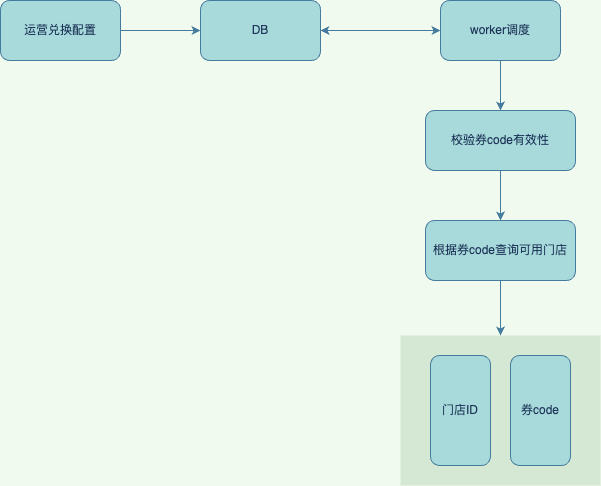
Above: 优惠券兑换缓存存储.png in 845642761/diagram (draw.io), before the change. Source tidied: cells renumbered, new cells last; positions are measured from the earlier drawing's top-left corner, leaving out a move shared by most shapes.
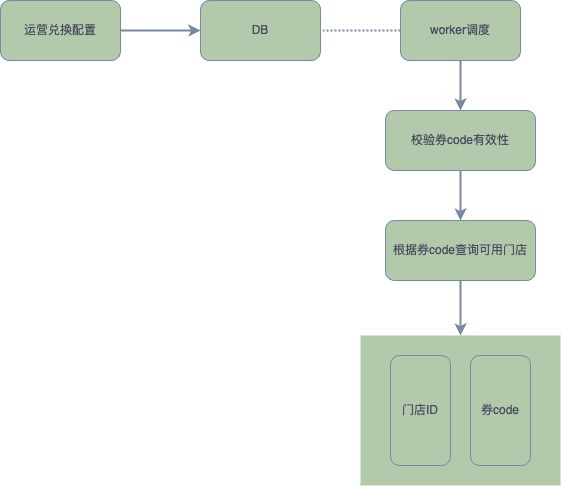
The same file after the commit.

Commit message:
更新优惠券兑换缓存存储.png

What changed in the source:
```diff
@@ -1,47 +1,47 @@
-<mxGraphModel background="#F1FAEE">
+<mxGraphModel>
   <root>
     <mxCell id="0" />
     <mxCell id="1" parent="0" />
-    <mxCell id="2" style="edgeStyle=orthogonalEdgeStyle;rounded=0;jettySize=auto;html=1;strokeColor=#457B9D;fontColor=#1D3557;fillColor=#A8DADC;" parent="1" edge="1" source="3" target="4">
+    <mxCell id="2" style="edgeStyle=orthogonalEdgeStyle;rounded=0;jettySize=auto;html=1;strokeColor=#788AA3;fontColor=#46495D;fillColor=#B2C9AB;strokeWidth=2;" parent="1" edge="1" source="3" target="4">
       <mxGeometry relative="1" as="geometry" />
     </mxCell>
-    <mxCell id="3" value="运营兑换配置" style="rounded=1;whiteSpace=wrap;html=1;strokeColor=#457B9D;fontColor=#1D3557;fillColor=#A8DADC;" parent="1" vertex="1">
-      <mxGeometry width="120" height="60" as="geometry" />
+    <mxCell id="3" value="运营兑换配置" style="rounded=1;whiteSpace=wrap;html=1;strokeColor=#788AA3;fontColor=#46495D;fillColor=#B2C9AB;" parent="1" vertex="1">
+      <mxGeometry x="40" width="120" height="60" as="geometry" />
     </mxCell>
-    <mxCell id="4" value="DB" style="whiteSpace=wrap;html=1;fillColor=#A8DADC;strokeColor=#457B9D;fontColor=#1D3557;rounded=1;" parent="1" vertex="1">
-      <mxGeometry x="200" width="120" height="60" as="geometry" />
+    <mxCell id="4" value="DB" style="whiteSpace=wrap;html=1;fillColor=#B2C9AB;strokeColor=#788AA3;fontColor=#46495D;rounded=1;" parent="1" vertex="1">
+      <mxGeometry x="240" width="120" height="60" as="geometry" />
     </mxCell>
-    <mxCell id="5" style="edgeStyle=orthogonalEdgeStyle;rounded=0;jettySize=auto;html=1;strokeColor=#457B9D;fontColor=#1D3557;fillColor=#A8DADC;" parent="1" edge="1" source="7" target="9">
+    <mxCell id="5" style="edgeStyle=orthogonalEdgeStyle;rounded=0;jettySize=auto;html=1;strokeColor=#788AA3;fontColor=#46495D;fillColor=#B2C9AB;strokeWidth=2;" parent="1" edge="1" source="7" target="9">
       <mxGeometry relative="1" as="geometry" />
     </mxCell>
-    <mxCell id="6" style="edgeStyle=orthogonalEdgeStyle;rounded=0;jettySize=auto;html=1;exitX=0;exitY=0.5;exitDx=0;exitDy=0;strokeColor=#457B9D;fontColor=#1D3557;fillColor=#A8DADC;startArrow=classic;startFill=1;" parent="1" edge="1" source="7" target="4">
+    <mxCell id="6" style="edgeStyle=orthogonalEdgeStyle;rounded=0;jettySize=auto;html=1;exitX=0;exitY=0.5;exitDx=0;exitDy=0;strokeColor=#788AA3;fontColor=#46495D;fillColor=#B2C9AB;startArrow=none;startFill=0;dashed=1;dashPattern=1 1;endArrow=none;endFill=0;strokeWidth=2;" parent="1" edge="1" source="7" target="4">
       <mxGeometry relative="1" as="geometry" />
     </mxCell>
-    <mxCell id="7" value="worker调度" style="rounded=1;whiteSpace=wrap;html=1;strokeColor=#457B9D;fontColor=#1D3557;fillColor=#A8DADC;" parent="1" vertex="1">
+    <mxCell id="7" value="worker调度" style="rounded=1;whiteSpace=wrap;html=1;strokeColor=#788AA3;fontColor=#46495D;fillColor=#B2C9AB;" parent="1" vertex="1">
       <mxGeometry x="440" width="120" height="60" as="geometry" />
     </mxCell>
-    <mxCell id="8" style="edgeStyle=orthogonalEdgeStyle;rounded=0;jettySize=auto;html=1;entryX=0.5;entryY=0;entryDx=0;entryDy=0;strokeColor=#457B9D;fontColor=#1D3557;startArrow=none;startFill=0;fillColor=#A8DADC;" parent="1" edge="1" source="9" target="15">
+    <mxCell id="8" style="edgeStyle=orthogonalEdgeStyle;rounded=0;jettySize=auto;html=1;entryX=0.5;entryY=0;entryDx=0;entryDy=0;strokeColor=#788AA3;fontColor=#46495D;startArrow=none;startFill=0;fillColor=#B2C9AB;strokeWidth=2;" parent="1" edge="1" source="9" target="15">
       <mxGeometry relative="1" as="geometry" />
     </mxCell>
-    <mxCell id="9" value="校验券code有效性" style="whiteSpace=wrap;html=1;fillColor=#A8DADC;strokeColor=#457B9D;fontColor=#1D3557;rounded=1;" parent="1" vertex="1">
+    <mxCell id="9" value="校验券code有效性" style="whiteSpace=wrap;html=1;fillColor=#B2C9AB;strokeColor=#788AA3;fontColor=#46495D;rounded=1;" parent="1" vertex="1">
       <mxGeometry x="425" y="110" width="150" height="60" as="geometry" />
     </mxCell>
-    <mxCell id="10" style="group;" parent="1" vertex="1">
+    <mxCell id="10" style="group;fontColor=#46495D;" parent="1" vertex="1">
       <mxGeometry x="400" y="335" width="200" height="150" as="geometry" />
     </mxCell>
-    <mxCell id="11" style="rounded=0;whiteSpace=wrap;html=1;strokeColor=none;fillColor=#d5e8d4;" parent="10" vertex="1">
+    <mxCell id="11" style="rounded=0;whiteSpace=wrap;html=1;strokeColor=none;fillColor=#B2C9AB;fontColor=#46495D;" parent="10" vertex="1">
       <mxGeometry width="200" height="150" as="geometry" />
     </mxCell>
-    <mxCell id="12" value="门店ID" style="whiteSpace=wrap;html=1;fillColor=#A8DADC;strokeColor=#457B9D;fontColor=#1D3557;rounded=1;" parent="10" vertex="1">
+    <mxCell id="12" value="门店ID" style="whiteSpace=wrap;html=1;fillColor=#B2C9AB;strokeColor=#788AA3;fontColor=#46495D;rounded=1;" parent="10" vertex="1">
       <mxGeometry x="30" y="20" width="60" height="110" as="geometry" />
     </mxCell>
-    <mxCell id="13" value="券code" style="whiteSpace=wrap;html=1;fillColor=#A8DADC;strokeColor=#457B9D;fontColor=#1D3557;rounded=1;" parent="10" vertex="1">
+    <mxCell id="13" value="券code" style="whiteSpace=wrap;html=1;fillColor=#B2C9AB;strokeColor=#788AA3;fontColor=#46495D;rounded=1;" parent="10" vertex="1">
       <mxGeometry x="110" y="20" width="60" height="110" as="geometry" />
     </mxCell>
-    <mxCell id="14" style="edgeStyle=orthogonalEdgeStyle;rounded=0;jettySize=auto;html=1;strokeColor=#457B9D;fontColor=#1D3557;startArrow=none;startFill=0;fillColor=#A8DADC;" parent="1" edge="1" source="15" target="11">
+    <mxCell id="14" style="edgeStyle=orthogonalEdgeStyle;rounded=0;jettySize=auto;html=1;strokeColor=#788AA3;fontColor=#46495D;startArrow=none;startFill=0;fillColor=#B2C9AB;strokeWidth=2;" parent="1" edge="1" source="15" target="11">
       <mxGeometry relative="1" as="geometry" />
     </mxCell>
-    <mxCell id="15" value="根据券code查询可用门店" style="whiteSpace=wrap;html=1;fillColor=#A8DADC;strokeColor=#457B9D;fontColor=#1D3557;rounded=1;" parent="1" vertex="1">
+    <mxCell id="15" value="根据券code查询可用门店" style="whiteSpace=wrap;html=1;fillColor=#B2C9AB;strokeColor=#788AA3;fontColor=#46495D;rounded=1;" parent="1" vertex="1">
       <mxGeometry x="425" y="220" width="150" height="60" as="geometry" />
     </mxCell>
   </root>
```
